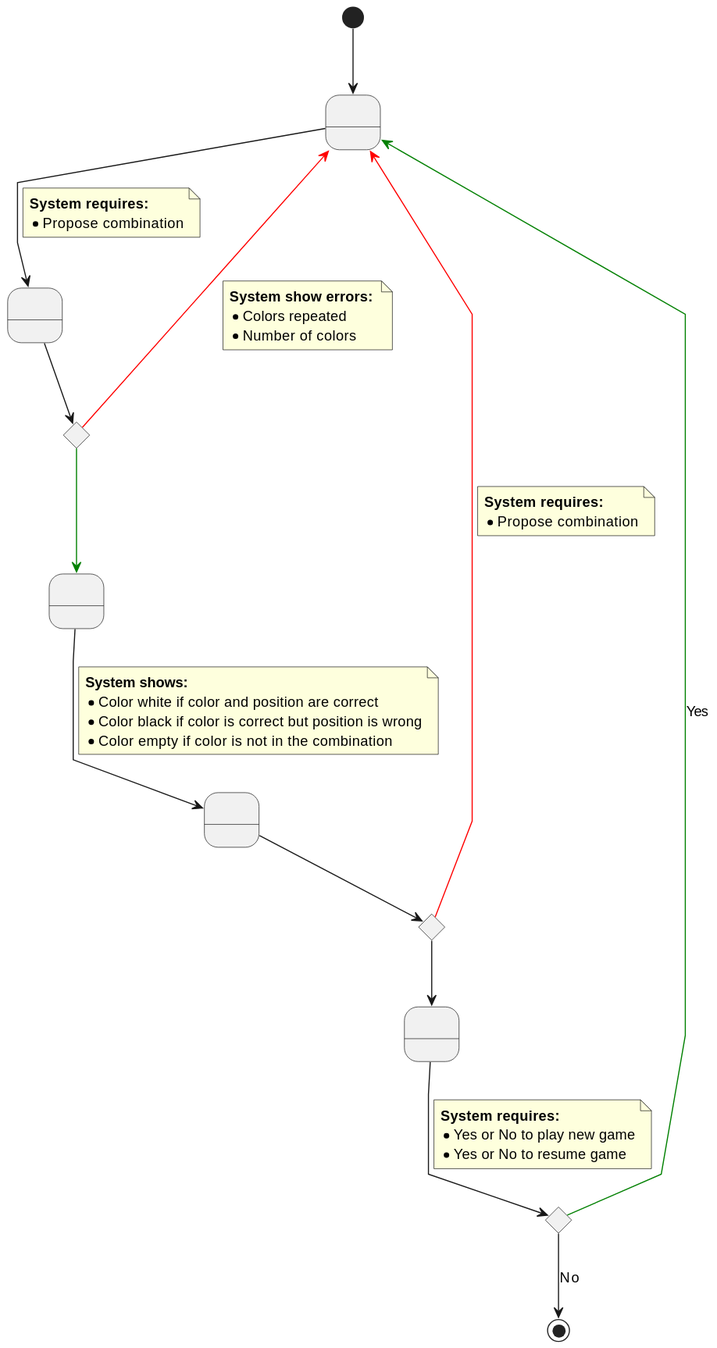
Before: docs/images/1-requeriments/2-use-cases-specifications/game.svg, a diagram exported from PlantUML (vfred0/mastermind).
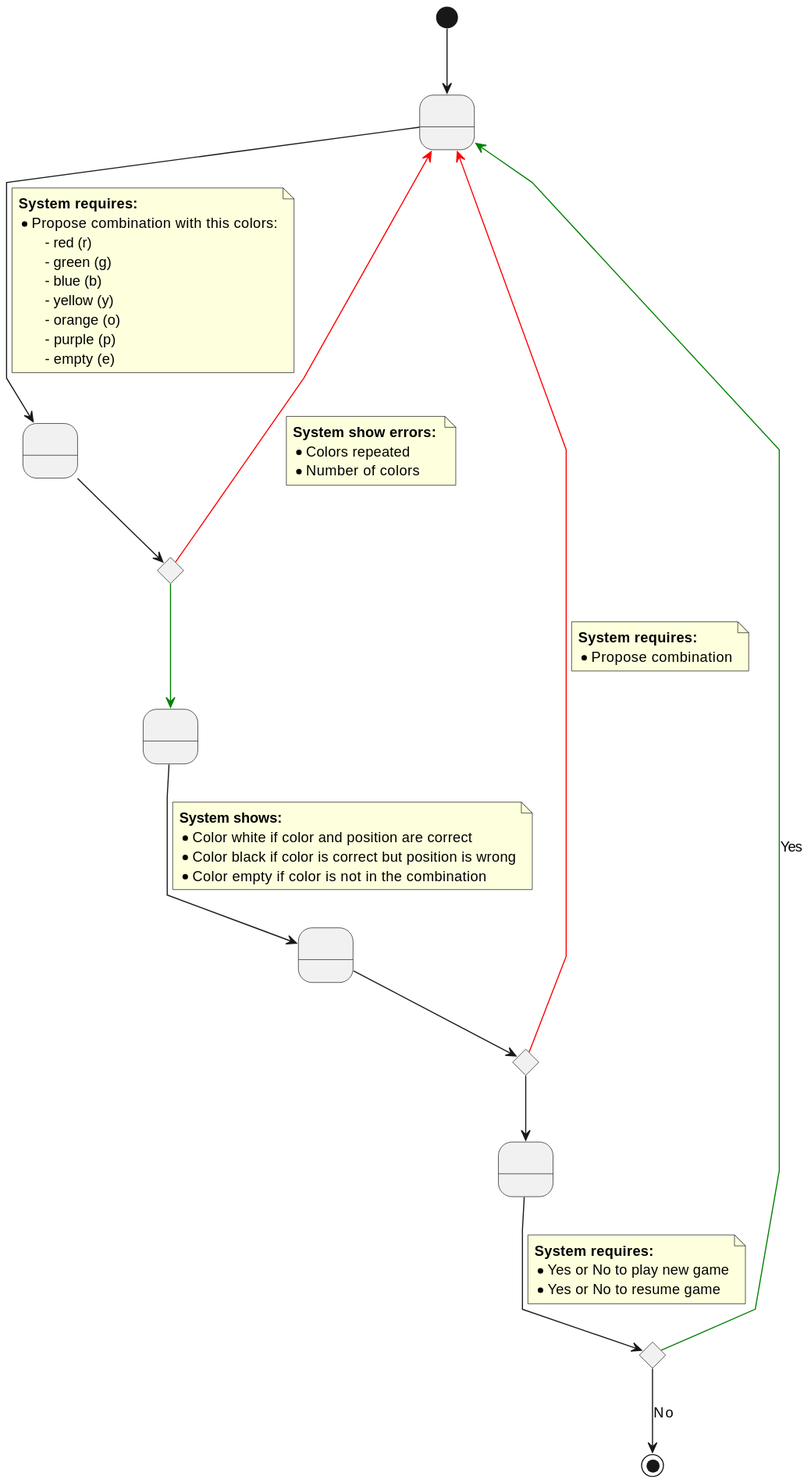
After the commit.

What changed in the source:
```diff
@@ -18,7 +18,14 @@
 GS1 --> GS2
 note on link
     <b>System requires: </b>
-    * Propose combination
+    * Propose combination with this colors:
+            - red (r)
+            - green (g)
+            - blue (b)
+            - yellow (y)
+            - orange (o)
+            - purple (p)
+            - empty (e)
 end note
 
 GS2 --> GC1
```
